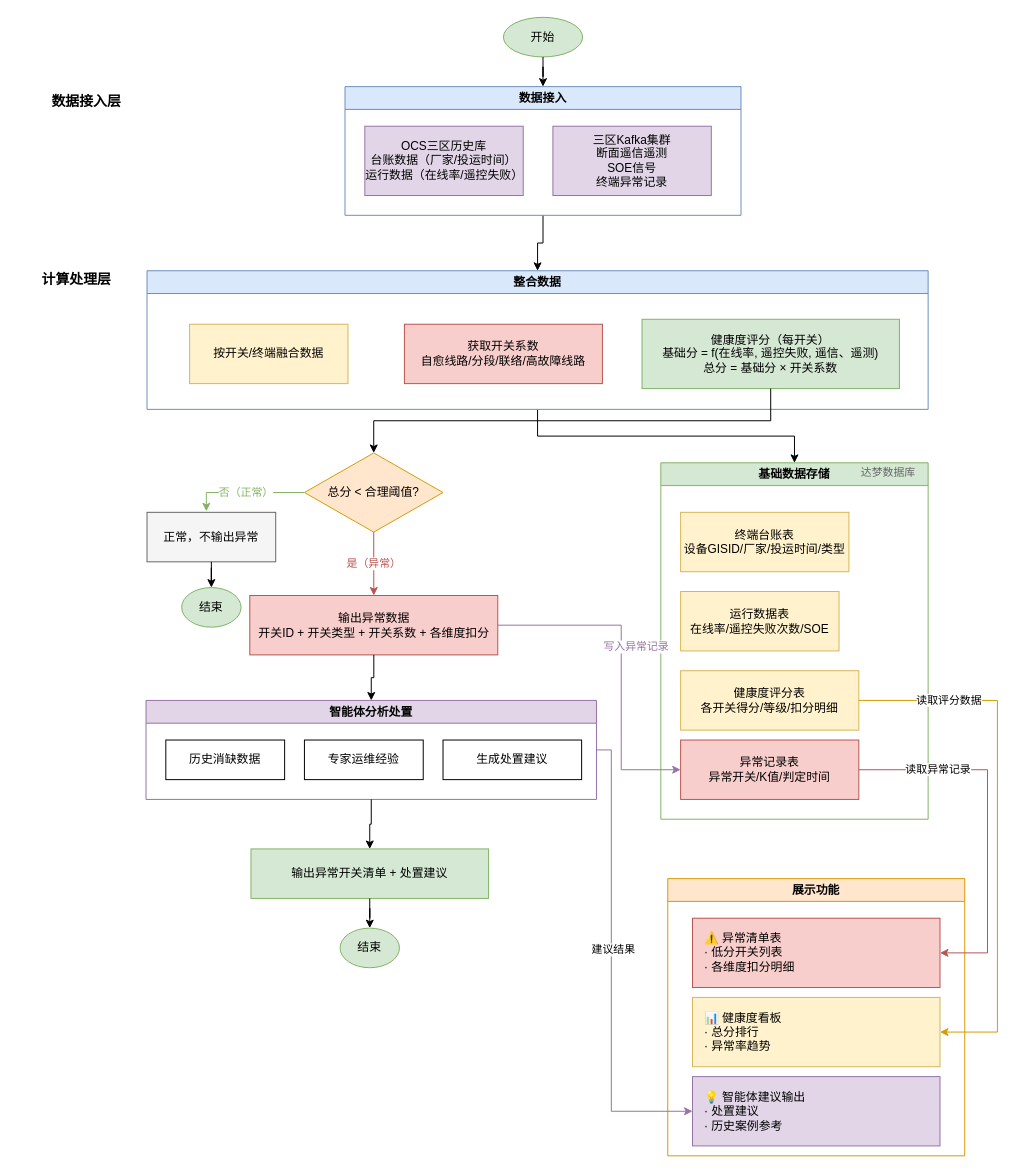
Earlier version of the draw.io diagram 流程图.drawio (LieCoding/pwjkd). Source tidied: cells renumbered, new cells numbered last; positions are measured from the earlier drawing's top-left corner, leaving out a move shared by most shapes. Both pictures are drawn from the tidied source at 99%, with x=0, y=0 at pixel (17, 17).
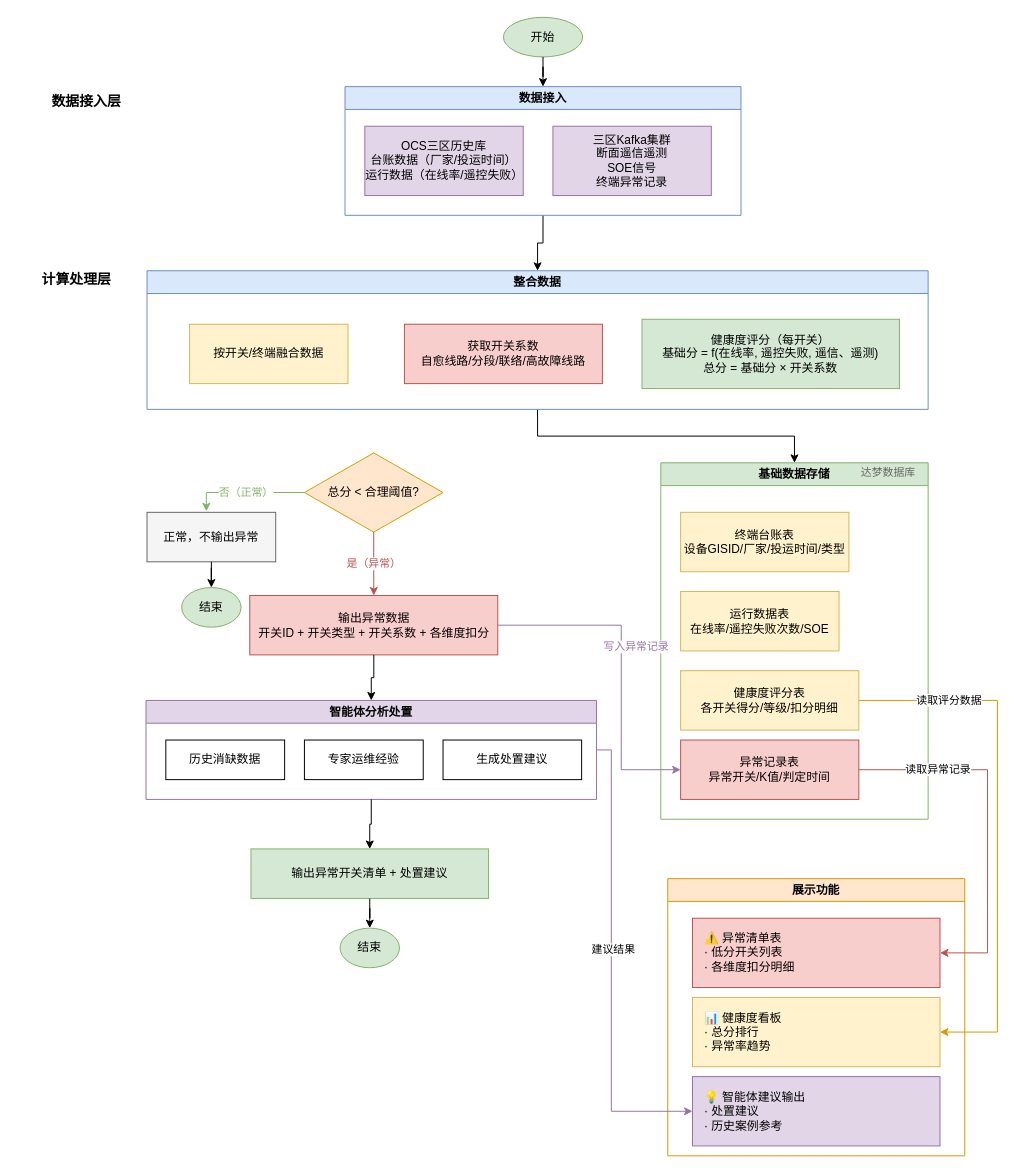
The same diagram, later.

Commit message:
先处理再存储.drawio

Unchanged cells that the change refers to:
```xml
<mxCell id="16" value="总分 &lt; 合理阈值?" style="rhombus;whiteSpace=wrap;html=1;fillColor=#ffe6cc;strokeColor=#d79b00;" parent="1" vertex="1">
  <mxGeometry x="290" y="440" width="140" height="80" as="geometry" />
</mxCell>
<mxCell id="44" value="健康度评分（每开关）&lt;br&gt;基础分 = f(在线率, 遥控失败, 遥信、遥测)&lt;br&gt;总分 = 基础分 × 开关系数" style="rounded=0;whiteSpace=wrap;html=1;fillColor=#d5e8d4;strokeColor=#82b366;" parent="41" vertex="1">
  <mxGeometry x="500" y="49" width="260" height="70" as="geometry" />
</mxCell>
```

Change to the diagram source:
```diff
@@
-    <mxCell id="45" style="edgeStyle=orthogonalEdgeStyle;rounded=0;jettySize=auto;html=1;exitX=0.5;exitY=1;exitDx=0;exitDy=0;" parent="1" edge="1" source="44" target="16">
-      <mxGeometry relative="1" as="geometry" />
-    </mxCell>
```
